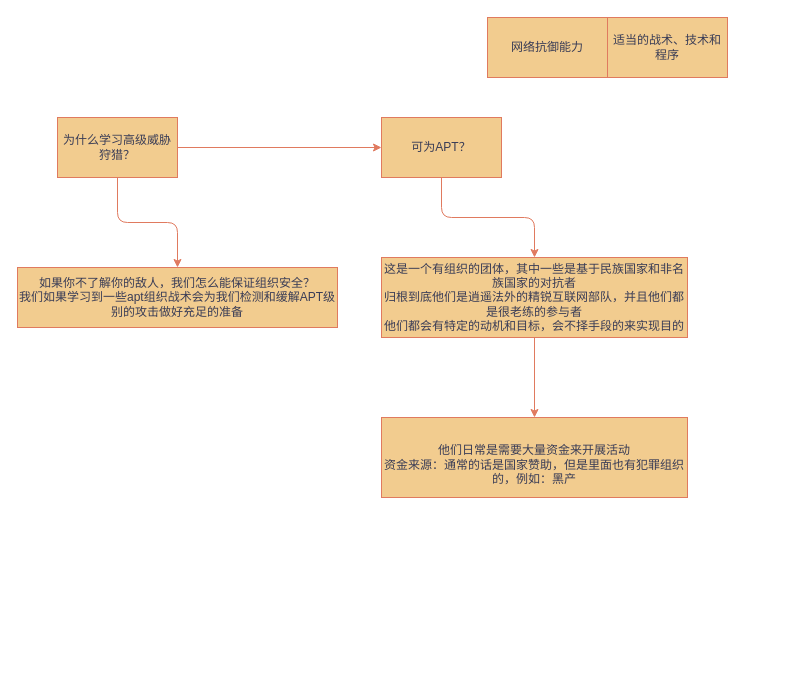
Earlier version of the draw.io diagram 高级威胁.drawio (noob-Engle/diagrams-note). Source tidied: cells renumbered, new cells numbered last; positions are measured from the earlier drawing's top-left corner, leaving out a move shared by most shapes. Both pictures are drawn from the tidied source at 100%, with x=0, y=0 at pixel (17, 17).
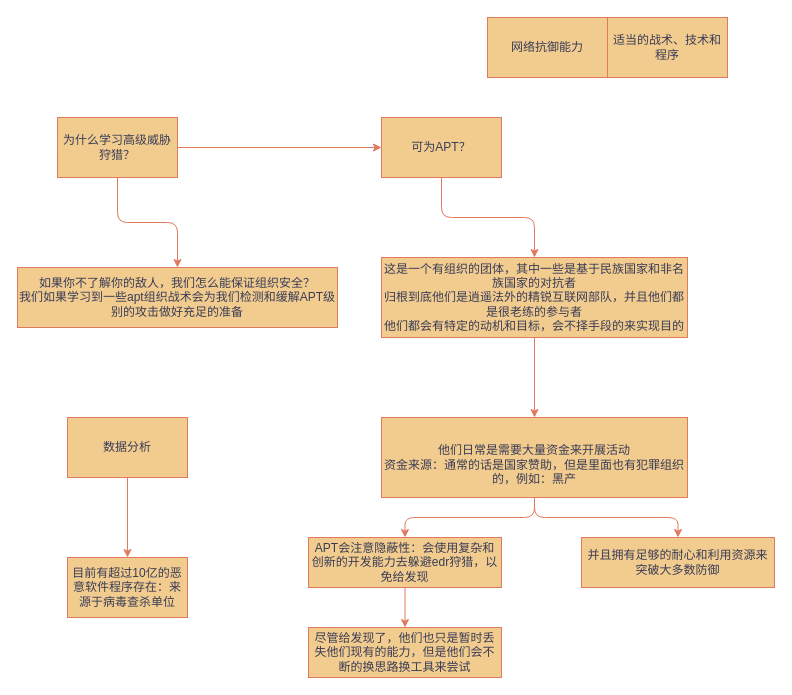
The same diagram, later.

Commit message:
更新高级威胁.drawio

The change refers to these unchanged cells:
```xml
<mxCell id="12" value="&lt;br&gt;他们日常是需要大量资金来开展活动&lt;br&gt;资金来源：通常的话是国家赞助，但是里面也有犯罪组织的，例如：黑产" style="rounded=0;whiteSpace=wrap;html=1;sketch=0;fontColor=#393C56;strokeColor=#E07A5F;fillColor=#F2CC8F;" parent="1" vertex="1">
  <mxGeometry x="364" y="400" width="306" height="80" as="geometry" />
</mxCell>
```

Change to the diagram source:
```diff
@@
+    <mxCell id="13" style="edgeStyle=orthogonalEdgeStyle;curved=0;rounded=1;sketch=0;jettySize=auto;html=1;fontColor=#393C56;strokeColor=#E07A5F;fillColor=#F2CC8F;" parent="1" edge="1" source="12" target="16">
+      <mxGeometry relative="1" as="geometry" />
+    </mxCell>
+    <mxCell id="14" style="edgeStyle=orthogonalEdgeStyle;curved=0;rounded=1;sketch=0;jettySize=auto;html=1;exitX=0.5;exitY=1;exitDx=0;exitDy=0;entryX=0.5;entryY=0;entryDx=0;entryDy=0;fontColor=#393C56;strokeColor=#E07A5F;fillColor=#F2CC8F;" parent="1" edge="1" source="12" target="17">
+      <mxGeometry relative="1" as="geometry" />
+    </mxCell>
@@
+    <mxCell id="15" style="edgeStyle=orthogonalEdgeStyle;curved=0;rounded=1;sketch=0;jettySize=auto;html=1;fontColor=#393C56;strokeColor=#E07A5F;fillColor=#F2CC8F;" parent="1" edge="1" source="16" target="18">
+      <mxGeometry relative="1" as="geometry" />
+    </mxCell>
+    <mxCell id="16" value="APT会注意隐蔽性：会使用复杂和创新的开发能力去躲避edr狩猎，以免给发现" style="whiteSpace=wrap;html=1;fillColor=#F2CC8F;strokeColor=#E07A5F;fontColor=#393C56;rounded=0;sketch=0;" parent="1" vertex="1">
+      <mxGeometry x="291" y="520" width="193" height="50" as="geometry" />
+    </mxCell>
+    <mxCell id="17" value="并且拥有足够的耐心和利用资源来突破大多数防御" style="whiteSpace=wrap;html=1;fillColor=#F2CC8F;strokeColor=#E07A5F;fontColor=#393C56;rounded=0;sketch=0;" parent="1" vertex="1">
+      <mxGeometry x="564" y="520" width="193" height="50" as="geometry" />
+    </mxCell>
+    <mxCell id="18" value="尽管给发现了，他们也只是暂时丢失他们现有的能力，但是他们会不断的换思路换工具来尝试" style="whiteSpace=wrap;html=1;fillColor=#F2CC8F;strokeColor=#E07A5F;fontColor=#393C56;rounded=0;sketch=0;" parent="1" vertex="1">
+      <mxGeometry x="291" y="610" width="193" height="50" as="geometry" />
+    </mxCell>
+    <mxCell id="19" style="edgeStyle=orthogonalEdgeStyle;curved=0;rounded=1;sketch=0;jettySize=auto;html=1;fontColor=#393C56;strokeColor=#E07A5F;fillColor=#F2CC8F;" parent="1" edge="1" source="20" target="21">
+      <mxGeometry relative="1" as="geometry" />
+    </mxCell>
+    <mxCell id="20" value="数据分析" style="rounded=0;whiteSpace=wrap;html=1;sketch=0;fontColor=#393C56;strokeColor=#E07A5F;fillColor=#F2CC8F;" parent="1" vertex="1">
+      <mxGeometry x="50" y="400" width="120" height="60" as="geometry" />
+    </mxCell>
+    <mxCell id="21" value="目前有超过10亿的恶意软件程序存在：来源于病毒查杀单位" style="whiteSpace=wrap;html=1;fillColor=#F2CC8F;strokeColor=#E07A5F;fontColor=#393C56;rounded=0;sketch=0;" parent="1" vertex="1">
+      <mxGeometry x="50" y="540" width="120" height="60" as="geometry" />
+    </mxCell>
```
